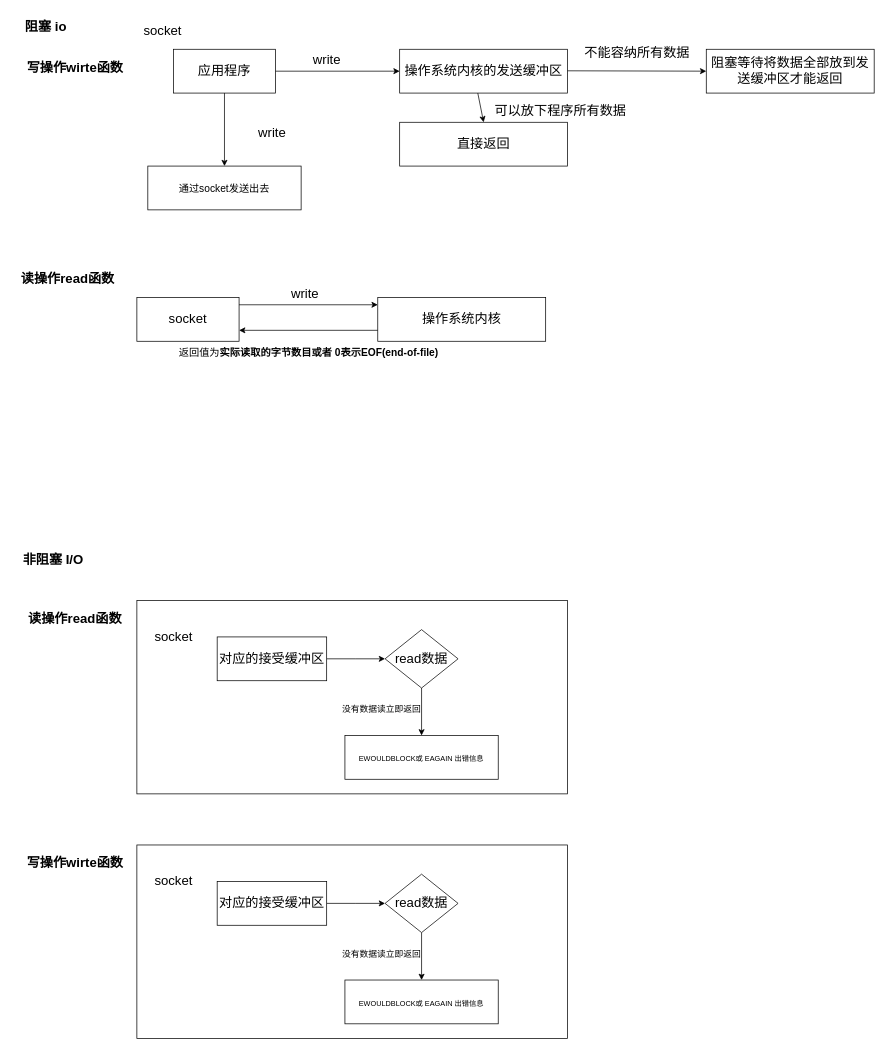
The draw.io diagram drawio/network/阻塞io和非阻塞io.drawio in guitarock/my-pics, before the edit. Source tidied: cells renumbered, new cells numbered last; positions are measured from the earlier drawing's top-left corner, leaving out a move shared by most shapes. Both pictures are drawn from the tidied source at 73%, with x=0, y=0 at pixel (12, 12).
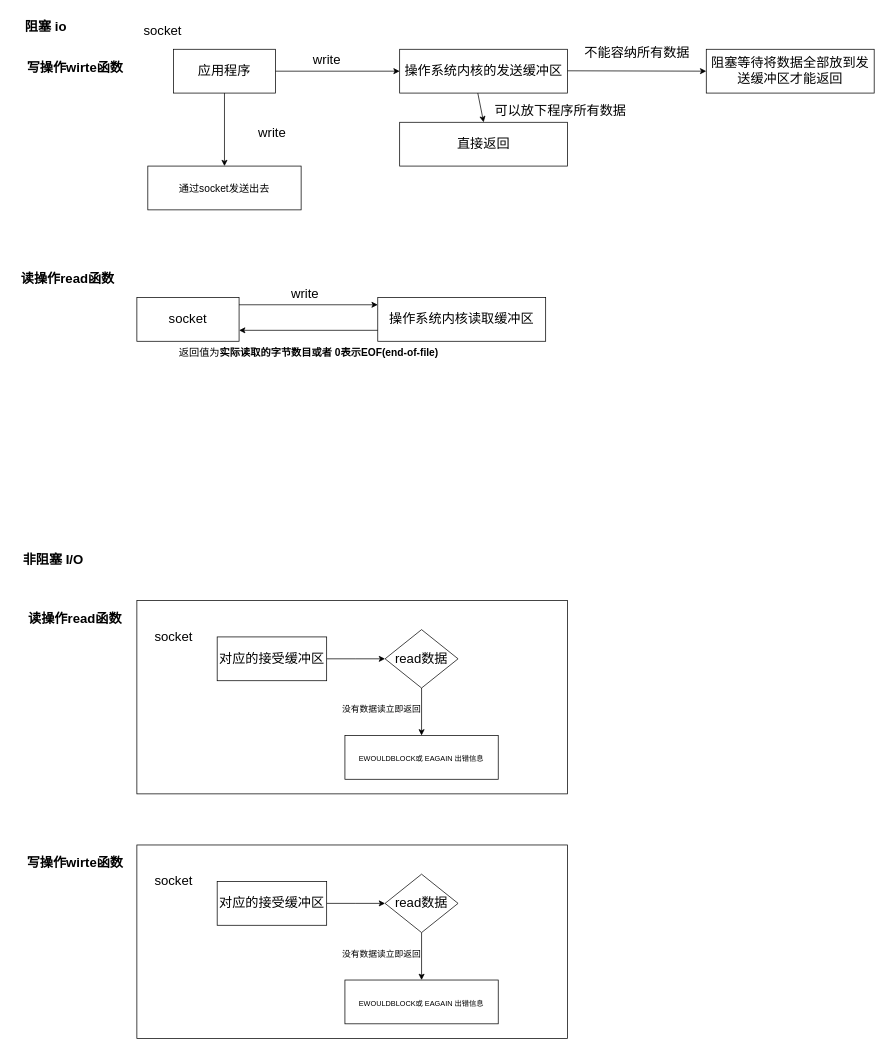
The same page after the edit.

Commit message:
更新阻塞io和非阻塞io.drawio

What changed in the source:
```diff
@@
-    <mxCell id="39" value="操作系统内核" style="rounded=0;whiteSpace=wrap;html=1;fontSize=18;" parent="1" vertex="1">
+    <mxCell id="39" value="操作系统内核读取缓冲区" style="rounded=0;whiteSpace=wrap;html=1;fontSize=18;" parent="1" vertex="1">
       <mxGeometry x="500" y="390" width="230" height="60" as="geometry" />
     </mxCell>
```
